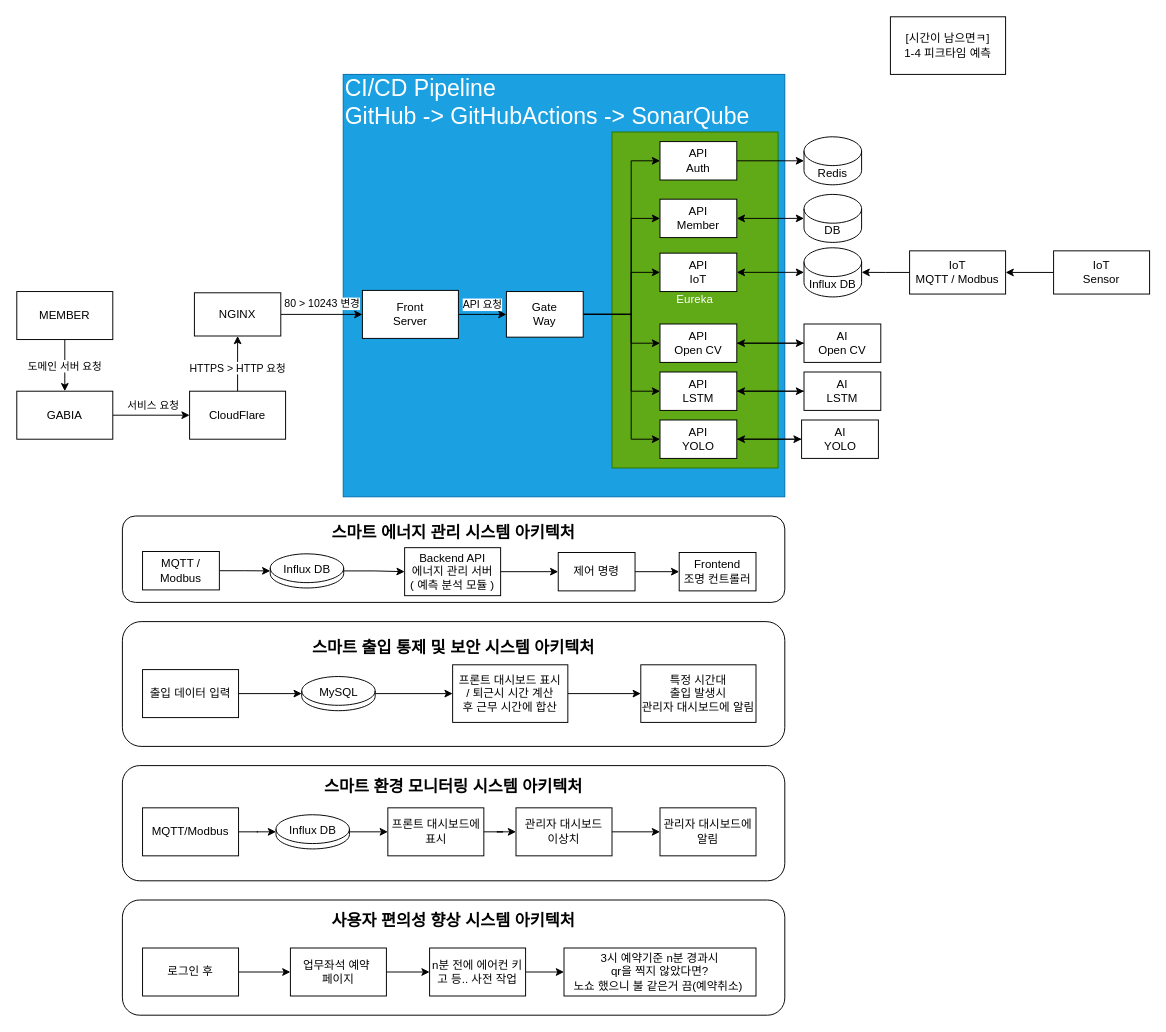
Earlier version of the draw.io diagram team2-pangyo-coffee-legends.drawio.xml (nhnacademy-aiot2-pangyo-coffee-legends/drawio). Source tidied: cells renumbered, new cells numbered last; positions are measured from the earlier drawing's top-left corner, leaving out a move shared by most shapes. Both pictures are drawn from the tidied source at 96%, with x=0, y=0 at pixel (16, 16).
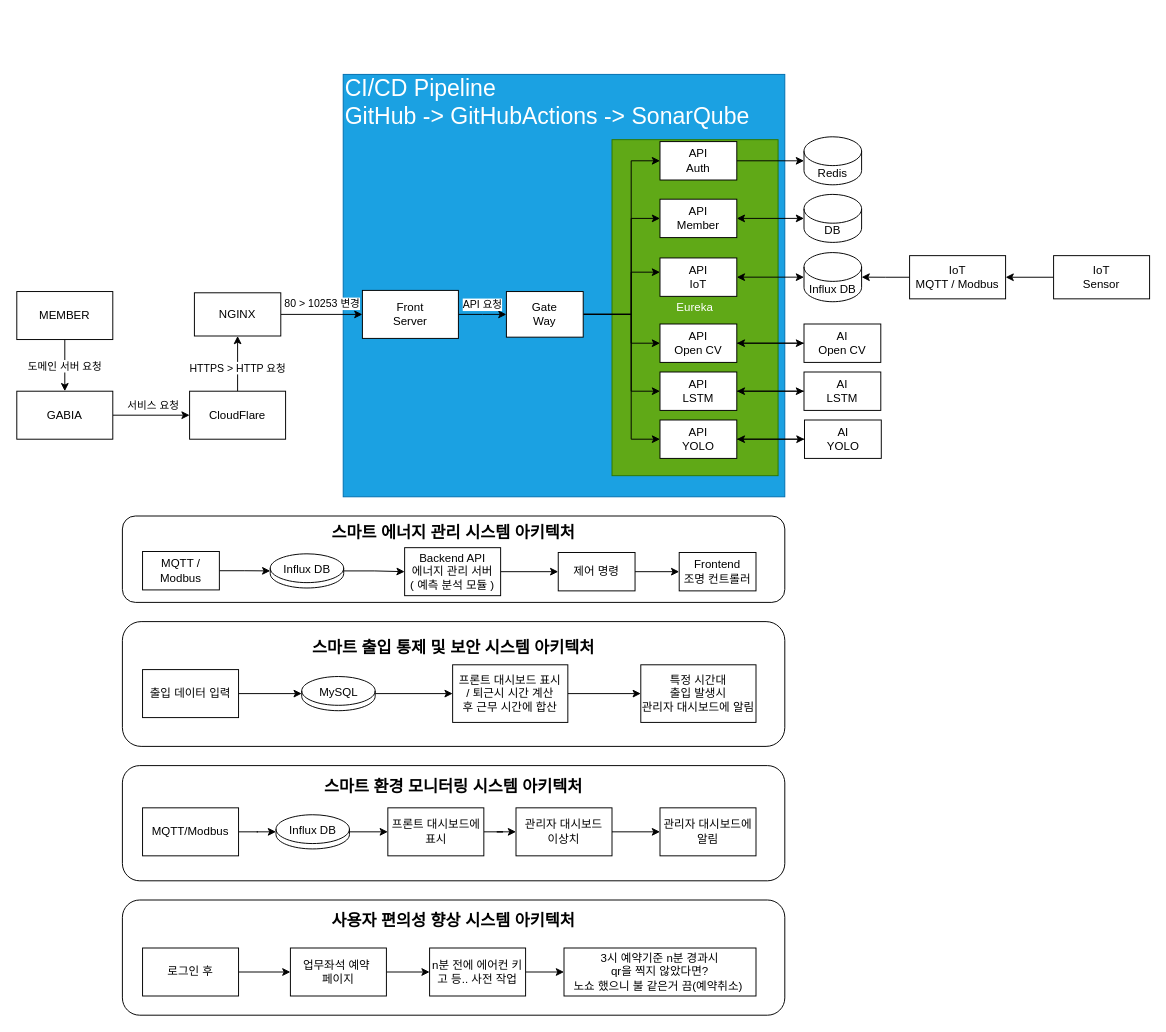
Above is the later version.

Unchanged cells that the change refers to:
```xml
<mxCell id="16" value="Gate&lt;div&gt;Way&lt;/div&gt;" style="rounded=0;whiteSpace=wrap;html=1;" parent="1" vertex="1">
  <mxGeometry x="510" y="286.2" width="80" height="47.5" as="geometry" />
</mxCell>
<mxCell id="21" style="edgeStyle=orthogonalEdgeStyle;rounded=0;jettySize=auto;html=1;" parent="1" edge="1" source="23" target="9">
  <mxGeometry relative="1" as="geometry" />
</mxCell>
```

Change to the diagram source:
```diff
@@
     <mxCell id="3" value="Eureka" style="rounded=0;whiteSpace=wrap;html=1;rotation=0;fillColor=#60a917;fontColor=#ffffff;strokeColor=#2D7600;" parent="1" vertex="1">
-      <mxGeometry x="620" y="120" width="173" height="350" as="geometry" />
+      <mxGeometry x="620" y="128" width="173" height="350" as="geometry" />
     </mxCell>
@@
-    <mxCell id="14" style="edgeStyle=orthogonalEdgeStyle;rounded=0;jettySize=auto;html=1;entryX=0;entryY=0.5;entryDx=0;entryDy=0;" parent="1" edge="1" source="16" target="35">
+    <mxCell id="14" style="edgeStyle=orthogonalEdgeStyle;rounded=0;jettySize=auto;html=1;" parent="1" edge="1" source="16" target="35">
       <mxGeometry relative="1" as="geometry">
         <Array as="points">
           <mxPoint x="640" y="310" />
           <mxPoint x="640" y="266" />
         </Array>
       </mxGeometry>
     </mxCell>
@@
-    <mxCell id="22" value="80 &amp;gt; 10243 변경" style="edgeLabel;html=1;align=center;verticalAlign=middle;" parent="21" vertex="1">
+    <mxCell id="22" value="80 &amp;gt; 10253 변경" style="edgeLabel;html=1;align=center;verticalAlign=middle;" parent="21" vertex="1">
       <mxGeometry x="-0.52" y="-1" relative="1" as="geometry">
         <mxPoint x="22" y="-13" as="offset" />
       </mxGeometry>
     </mxCell>
@@
     <mxCell id="35" value="&lt;div&gt;API&lt;/div&gt;IoT" style="rounded=0;whiteSpace=wrap;html=1;" parent="1" vertex="1">
-      <mxGeometry x="670" y="246.2" width="80" height="40" as="geometry" />
+      <mxGeometry x="670" y="251.2" width="80" height="40" as="geometry" />
     </mxCell>
@@
     <mxCell id="37" value="IoT&lt;br&gt;&lt;div&gt;MQTT / Modbus&lt;/div&gt;" style="rounded=0;whiteSpace=wrap;html=1;" parent="1" vertex="1">
-      <mxGeometry x="930" y="243.8" width="100" height="45" as="geometry" />
+      <mxGeometry x="930" y="248.8" width="100" height="45" as="geometry" />
     </mxCell>
@@
     <mxCell id="58" value="AI&lt;div&gt;YOLO&lt;/div&gt;" style="rounded=0;whiteSpace=wrap;html=1;" parent="1" vertex="1">
-      <mxGeometry x="817.5" y="420" width="80" height="40" as="geometry" />
+      <mxGeometry x="820.5" y="420" width="80" height="40" as="geometry" />
     </mxCell>
     <mxCell id="59" value="Influx&amp;nbsp;&lt;span style=&quot;background-color: transparent; color: light-dark(rgb(0, 0, 0), rgb(255, 255, 255));&quot;&gt;DB&lt;/span&gt;" style="shape=cylinder3;whiteSpace=wrap;html=1;boundedLbl=1;backgroundOutline=1;size=15;" parent="1" vertex="1">
-      <mxGeometry x="820" y="240.6" width="60" height="51.2" as="geometry" />
+      <mxGeometry x="820" y="245.6" width="60" height="51.2" as="geometry" />
     </mxCell>
-    <mxCell id="60" value="&lt;div&gt;[시간이 남으면ㅋ]&lt;/div&gt;1-4 피크타임 예측" style="rounded=0;whiteSpace=wrap;html=1;" parent="1" vertex="1">
-      <mxGeometry x="910" width="120" height="60" as="geometry" />
-    </mxCell>
@@
     <mxCell id="82" value="IoT&lt;div&gt;Sensor&lt;/div&gt;" style="rounded=0;whiteSpace=wrap;html=1;" parent="1" vertex="1">
-      <mxGeometry x="1080" y="243.8" width="100" height="45" as="geometry" />
+      <mxGeometry x="1080" y="248.8" width="100" height="45" as="geometry" />
     </mxCell>
```
